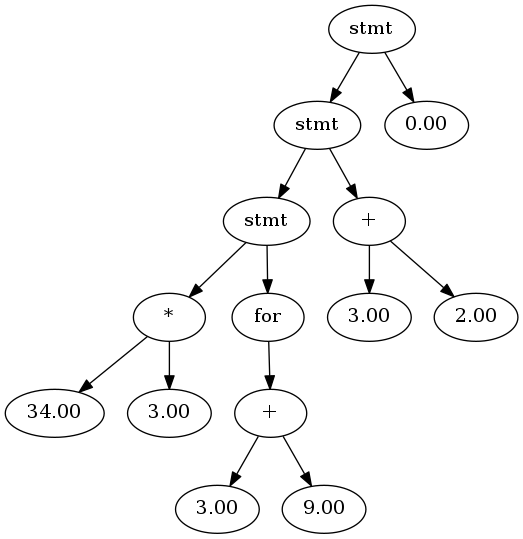
This is Assignment_2/file.png from 1403753/POP, a Graphviz export, as it was before one commit. Its source is kept beside it as Assignment_2/file.dot.
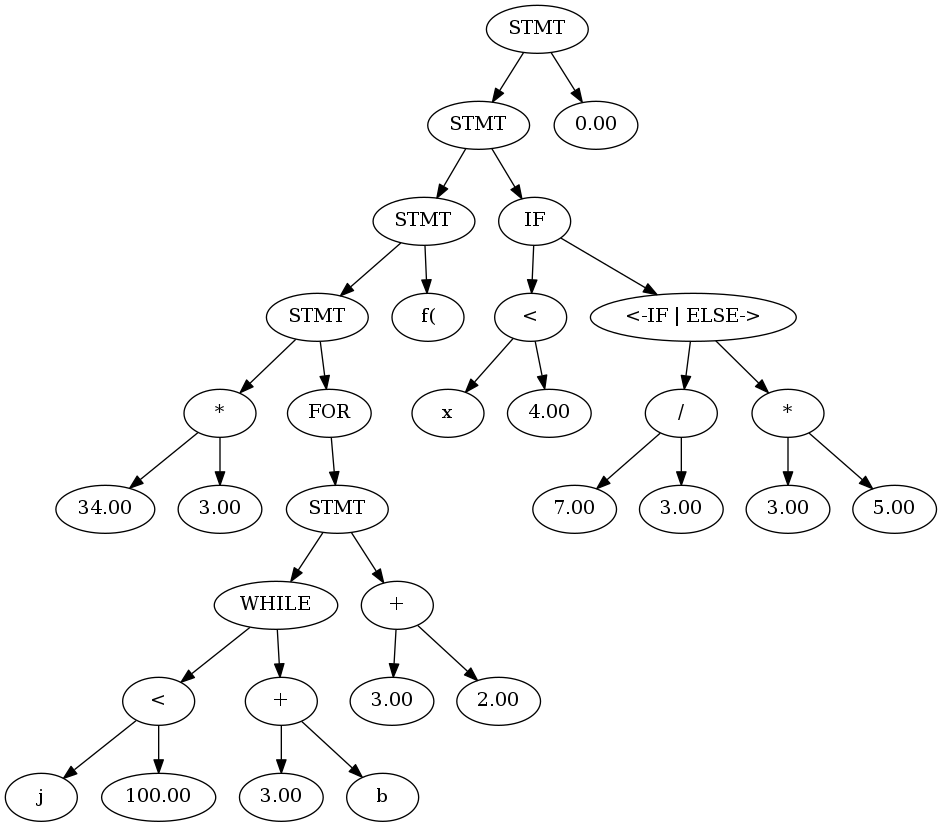
The same diagram one commit later.

Change to the diagram source:
```diff
@@ -1,29 +1,65 @@
 digraph tree {
- 1 [label="stmt"];
+ 1 [label="STMT"];
  1 -> 2;
- 2 [label="stmt"];
+ 2 [label="STMT"];
  2 -> 4;
- 4 [label="stmt"];
+ 4 [label="STMT"];
  4 -> 8;
- 8 [label="*"];
+ 8 [label="STMT"];
  8 -> 16;
- 16 [label="34.00"];
+ 16 [label="*"];
+ 16 -> 32;
+ 32 [label="34.00"];
+ 16 -> 33;
+ 33 [label="3.00"];
  8 -> 17;
- 17 [label="3.00"];
+ 17 [label="FOR"];
+ 17 -> 34;
+ 34 [label="STMT"];
+ 34 -> 68;
+ 68 [label="WHILE"];
+ 68 -> 136;
+ 136 [label="<"];
+ 136 -> 272;
+ 272 [label="j"];
+ 136 -> 273;
+ 273 [label="100.00"];
+ 68 -> 137;
+ 137 [label="+"];
+ 137 -> 274;
+ 274 [label="3.00"];
+ 137 -> 275;
+ 275 [label="b"];
+ 34 -> 69;
+ 69 [label="+"];
+ 69 -> 138;
+ 138 [label="3.00"];
+ 69 -> 139;
+ 139 [label="2.00"];
  4 -> 9;
- 9 [label="for"];
- 9 -> 18;
- 18 [label="+"];
- 18 -> 36;
- 36 [label="3.00"];
- 18 -> 37;
- 37 [label="9.00"];
+ 9 [label="f("];
  2 -> 5;
- 5 [label="+"];
+ 5 [label="IF"];
  5 -> 10;
- 10 [label="3.00"];
+ 10 [label="<"];
+ 10 -> 20;
+ 20 [label="x"];
+ 10 -> 21;
+ 21 [label="4.00"];
  5 -> 11;
- 11 [label="2.00"];
+ 11 [label="<-IF | ELSE->"];
+ 11 -> 22;
+ 22 [label="/"];
+ 22 -> 44;
+ 44 [label="7.00"];
+ 22 -> 45;
+ 45 [label="3.00"];
+ 11 -> 23;
+ 23 [label="*"];
+ 23 -> 46;
+ 46 [label="3.00"];
+ 23 -> 47;
+ 47 [label="5.00"];
  1 -> 3;
  3 [label="0.00"];
 }
```
